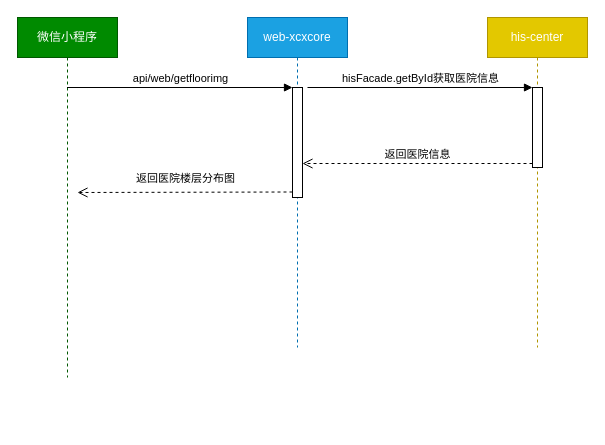
The draw.io diagram 科室分布.drawio in beautyofsoul/drowio, before the edit. Source tidied: cells renumbered, new cells numbered last; positions are measured from the earlier drawing's top-left corner, leaving out a move shared by most shapes. Both pictures are drawn from the tidied source at 100%, with x=0, y=0 at pixel (17, 17).
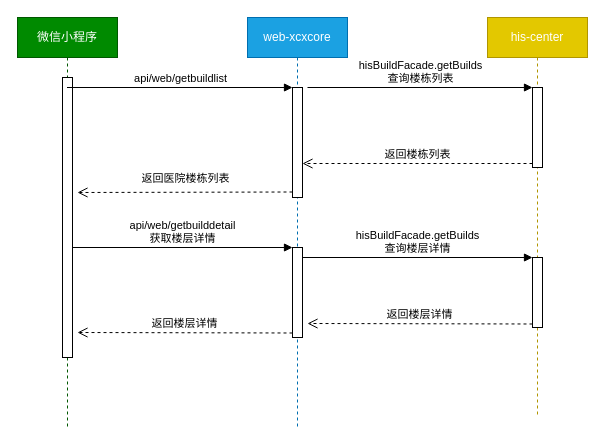
After the change.

Commit message:
更新科室分布.drawio

The change refers to these unchanged cells:
```xml
<mxCell id="4" style="html=1;points=[];perimeter=orthogonalPerimeter;" parent="3" vertex="1">
  <mxGeometry x="45" y="70" width="10" height="110" as="geometry" />
</mxCell>
<mxCell id="6" style="html=1;points=[];perimeter=orthogonalPerimeter;" parent="5" vertex="1">
  <mxGeometry x="45" y="70" width="10" height="80" as="geometry" />
</mxCell>
```

The edit, as a diff of the source:
```diff
@@
     <mxCell id="2" value="微信小程序" style="shape=umlLifeline;perimeter=lifelinePerimeter;whiteSpace=wrap;html=1;outlineConnect=0;fillColor=#008a00;strokeColor=#005700;fontColor=#ffffff;" parent="1" vertex="1">
-      <mxGeometry width="100" height="360" as="geometry" />
+      <mxGeometry width="100" height="410" as="geometry" />
     </mxCell>
+    <mxCell id="11" style="html=1;points=[];perimeter=orthogonalPerimeter;" parent="2" vertex="1">
+      <mxGeometry x="45" y="60" width="10" height="280" as="geometry" />
+    </mxCell>
     <mxCell id="3" value="web-xcxcore" style="shape=umlLifeline;perimeter=lifelinePerimeter;whiteSpace=wrap;html=1;fillColor=#1ba1e2;strokeColor=#006EAF;fontColor=#ffffff;" parent="1" vertex="1">
-      <mxGeometry x="230" width="100" height="330" as="geometry" />
+      <mxGeometry x="230" width="100" height="410" as="geometry" />
     </mxCell>
@@
+    <mxCell id="12" style="html=1;points=[];perimeter=orthogonalPerimeter;" parent="3" vertex="1">
+      <mxGeometry x="45" y="230" width="10" height="90" as="geometry" />
+    </mxCell>
     <mxCell id="5" value="his-center" style="shape=umlLifeline;perimeter=lifelinePerimeter;whiteSpace=wrap;html=1;fillColor=#e3c800;strokeColor=#B09500;fontColor=#ffffff;" parent="1" vertex="1">
-      <mxGeometry x="470" width="100" height="330" as="geometry" />
+      <mxGeometry x="470" width="100" height="400" as="geometry" />
     </mxCell>
@@
+    <mxCell id="13" style="html=1;points=[];perimeter=orthogonalPerimeter;" parent="5" vertex="1">
+      <mxGeometry x="45" y="240" width="10" height="70" as="geometry" />
+    </mxCell>
+    <mxCell id="14" value="返回楼层详情" style="html=1;verticalAlign=bottom;endArrow=open;dashed=1;endSize=8;exitX=0;exitY=0.95;" parent="5" edge="1" source="13">
+      <mxGeometry relative="1" as="geometry">
+        <mxPoint x="-180" y="306" as="targetPoint" />
+      </mxGeometry>
+    </mxCell>
-    <mxCell id="7" value="api/web/getfloorimg" style="html=1;verticalAlign=bottom;endArrow=block;entryX=0;entryY=0;" parent="1" edge="1" source="2" target="4">
+    <mxCell id="7" value="api/web/getbuildlist" style="html=1;verticalAlign=bottom;endArrow=block;entryX=0;entryY=0;" parent="1" edge="1" source="2" target="4">
       <mxGeometry relative="1" as="geometry" />
     </mxCell>
-    <mxCell id="8" value="返回医院楼层分布图" style="html=1;verticalAlign=bottom;endArrow=open;dashed=1;endSize=8;exitX=0;exitY=0.95;" parent="1" edge="1" source="4">
+    <mxCell id="8" value="返回医院楼栋列表" style="html=1;verticalAlign=bottom;endArrow=open;dashed=1;endSize=8;exitX=0;exitY=0.95;" parent="1" edge="1" source="4">
       <mxGeometry x="0.26" y="-30" relative="1" as="geometry">
         <mxPoint x="60" y="175" as="targetPoint" />
         <mxPoint x="28" y="25" as="offset" />
       </mxGeometry>
     </mxCell>
-    <mxCell id="9" value="hisFacade.getById获取医院信息" style="html=1;verticalAlign=bottom;endArrow=block;entryX=0;entryY=0;exitX=1.5;exitY=0;exitDx=0;exitDy=0;exitPerimeter=0;" parent="1" edge="1" source="4" target="6">
+    <mxCell id="9" value="&lt;div&gt;hisBuildFacade.getBuilds&lt;/div&gt;&lt;div&gt;查询楼栋列表&lt;/div&gt;" style="html=1;verticalAlign=bottom;endArrow=block;entryX=0;entryY=0;exitX=1.5;exitY=0;exitDx=0;exitDy=0;exitPerimeter=0;" parent="1" edge="1" source="4" target="6">
       <mxGeometry relative="1" as="geometry" />
     </mxCell>
-    <mxCell id="10" value="返回医院信息" style="html=1;verticalAlign=bottom;endArrow=open;dashed=1;endSize=8;exitX=0;exitY=0.95;" parent="1" edge="1" source="6" target="4">
+    <mxCell id="10" value="返回楼栋列表" style="html=1;verticalAlign=bottom;endArrow=open;dashed=1;endSize=8;exitX=0;exitY=0.95;" parent="1" edge="1" source="6" target="4">
       <mxGeometry relative="1" as="geometry" />
     </mxCell>
+    <mxCell id="15" value="&lt;div&gt;api/web/getbuilddetail&lt;/div&gt;&lt;div&gt;获取楼层详情&lt;br&gt;&lt;/div&gt;" style="html=1;verticalAlign=bottom;endArrow=block;entryX=0;entryY=0;" parent="1" edge="1" source="11" target="12">
+      <mxGeometry relative="1" as="geometry" />
+    </mxCell>
+    <mxCell id="16" value="返回楼层详情" style="html=1;verticalAlign=bottom;endArrow=open;dashed=1;endSize=8;exitX=0;exitY=0.95;" parent="1" edge="1" source="12">
+      <mxGeometry relative="1" as="geometry">
+        <mxPoint x="60" y="315" as="targetPoint" />
+      </mxGeometry>
+    </mxCell>
+    <mxCell id="17" value="&lt;div&gt;hisBuildFacade.getBuilds&lt;/div&gt;&lt;div&gt;查询楼层详情&lt;br&gt;&lt;/div&gt;" style="html=1;verticalAlign=bottom;endArrow=block;entryX=0;entryY=0;" parent="1" edge="1" source="12" target="13">
+      <mxGeometry relative="1" as="geometry" />
+    </mxCell>
```
